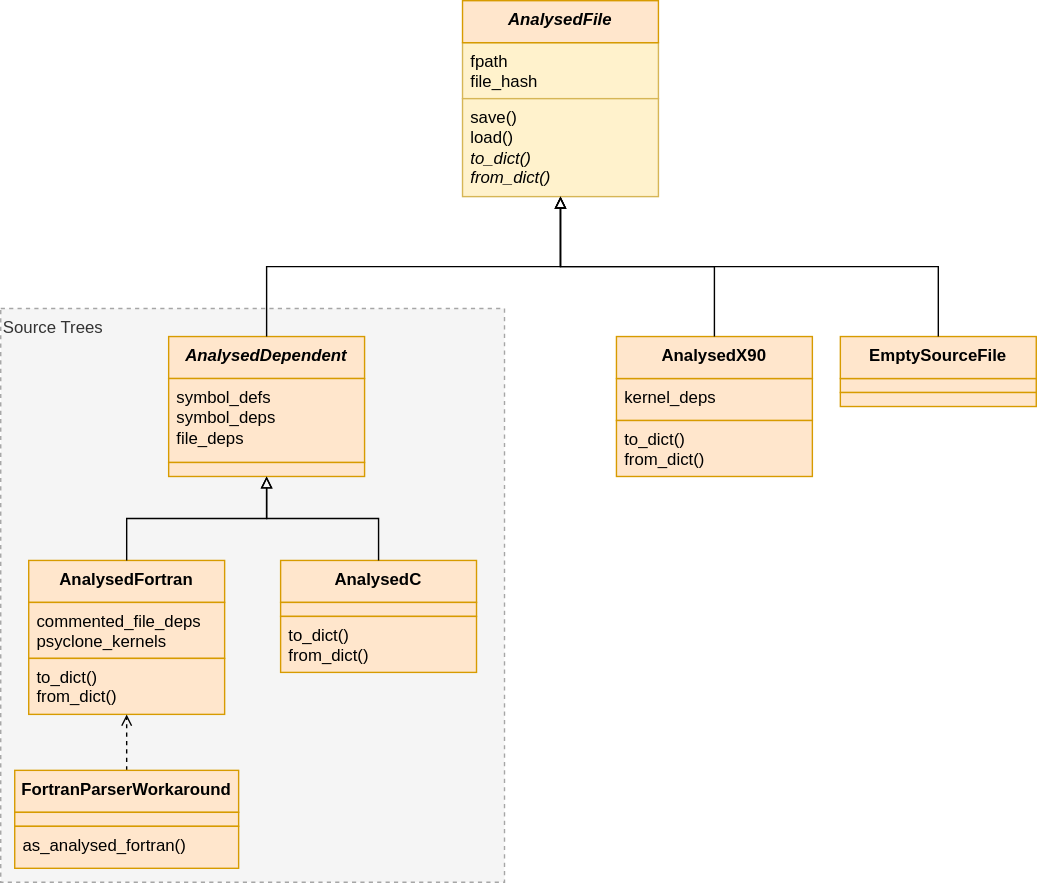
Before: docs/source/img/analysis_results_hierarchy.svg, a diagram exported from draw.io (MetOffice/fab). Source tidied: cells renumbered, new cells last; positions are measured from the earlier drawing's top-left corner, leaving out a move shared by most shapes.
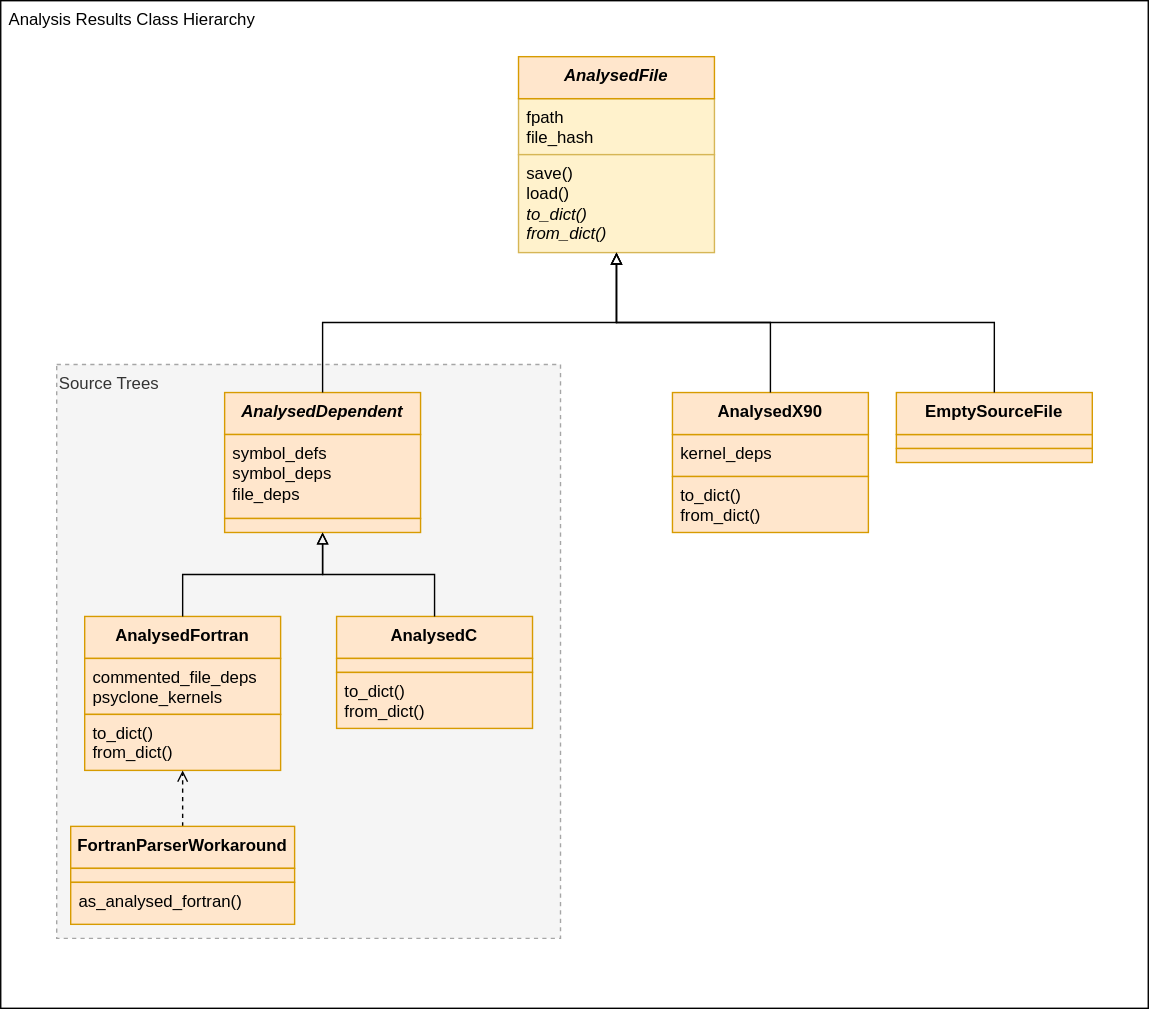
The same diagram one commit later.

Change to the diagram source:
```diff
@@ -2,6 +2,9 @@
   <root>
     <mxCell id="0" />
     <mxCell id="1" parent="0" />
+    <mxCell id="36" value="Analysis Results Class Hierarchy" style="rounded=0;whiteSpace=wrap;html=1;verticalAlign=top;align=left;spacingLeft=4;" parent="1" vertex="1">
+      <mxGeometry x="-40" y="-40" width="820" height="720" as="geometry" />
+    </mxCell>
     <mxCell id="2" value="Source Trees" style="rounded=0;whiteSpace=wrap;html=1;align=left;verticalAlign=top;fillColor=#f5f5f5;fontColor=#333333;strokeColor=#A6A6A6;dashed=1;" parent="1" vertex="1">
       <mxGeometry y="220" width="360" height="410" as="geometry" />
     </mxCell>
```
